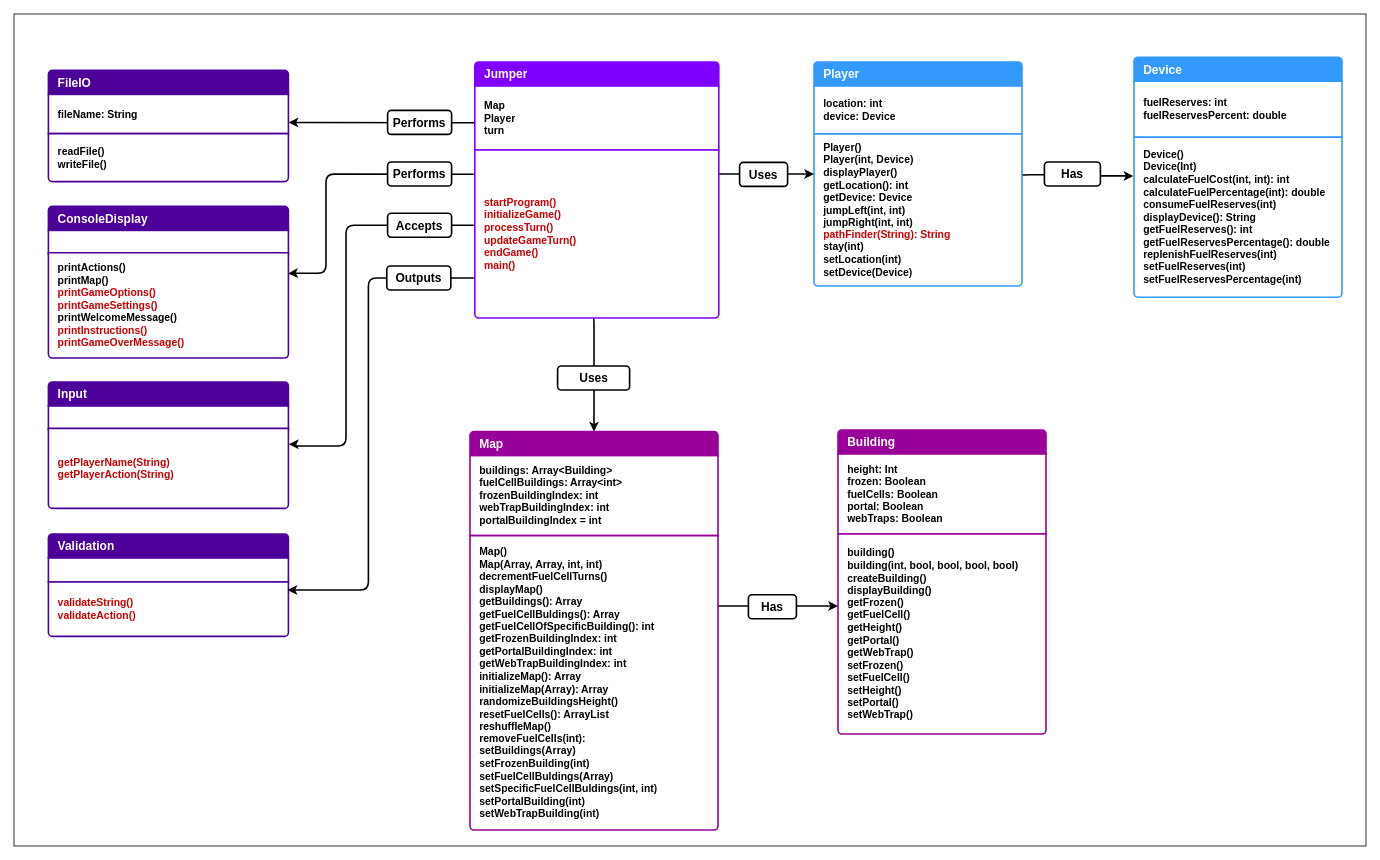
ByteToBits/CompScience keeps this draw.io diagram as Java Programming/Assignment Java Jumper/doc/ClassDiagram.drawio. Above is the earlier version. Source tidied: cells renumbered, new cells numbered last; positions are measured from the earlier drawing's top-left corner, leaving out a move shared by most shapes. Both pictures are drawn from the tidied source at 80%, with x=0, y=0 at pixel (14, 14).
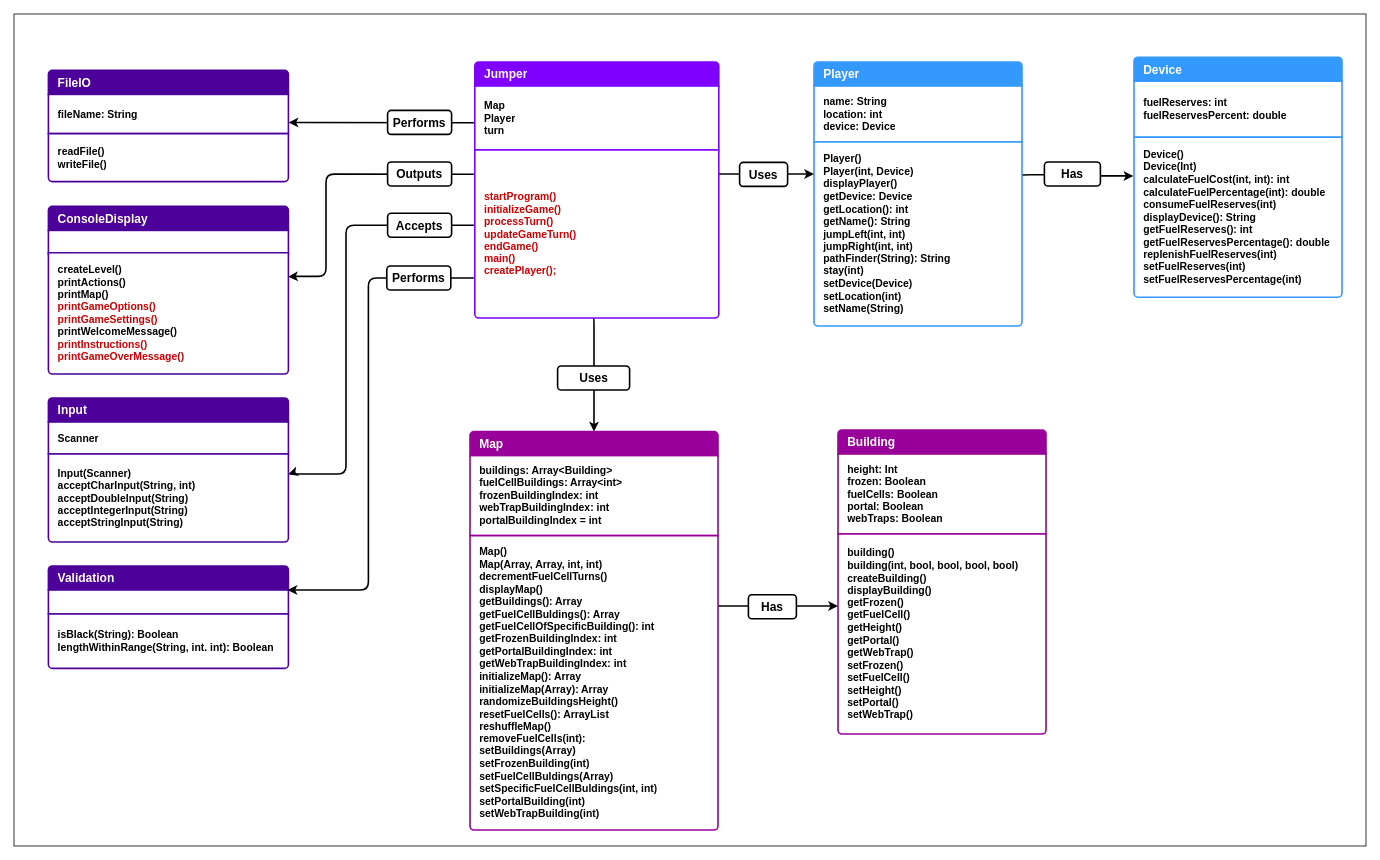
After the change.

Diff of the diagram source:
```diff
@@
     <mxCell id="8" value="Validation" style="text;strokeColor=#4C0099;fillColor=#4C0099;align=left;verticalAlign=middle;spacingLeft=10;spacingRight=10;overflow=hidden;whiteSpace=wrap;html=1;shape=mxgraph.bootstrap.topButton;rSize=5;fontColor=#ffffff;labelBackgroundColor=none;fontSize=15;fontStyle=1;fontFamily=Helvetica;strokeWidth=2;labelPadding=0;labelBorderColor=none;shadow=0;perimeterSpacing=0;swimlaneLine=0;" parent="1" vertex="1">
-      <mxGeometry x="43" y="650" width="300" height="30" as="geometry" />
+      <mxGeometry x="43" y="690" width="300" height="30" as="geometry" />
     </mxCell>
     <mxCell id="9" style="text;strokeColor=#4C0099;fillColor=#FFFFFF;align=left;verticalAlign=middle;spacingLeft=10;spacingRight=10;overflow=hidden;whiteSpace=wrap;html=1;rSize=5;fontColor=#000000;strokeWidth=2;labelPadding=0;labelBorderColor=none;fontSize=13;fontStyle=1;shadow=0;perimeterSpacing=0;swimlaneLine=0;" parent="1" vertex="1">
-      <mxGeometry x="43" y="680" width="300" height="30" as="geometry" />
+      <mxGeometry x="43" y="720" width="300" height="30" as="geometry" />
     </mxCell>
-    <mxCell id="10" value="&lt;font color=&quot;#cc0000&quot;&gt;validateString()&lt;/font&gt;&lt;div&gt;&lt;font color=&quot;#cc0000&quot;&gt;validateAction()&lt;/font&gt;&lt;/div&gt;" style="text;strokeColor=#4C0099;fillColor=#FFFFFF;align=left;verticalAlign=middle;spacingLeft=10;spacingRight=10;overflow=hidden;whiteSpace=wrap;html=1;shape=mxgraph.bootstrap.bottomButton;rSize=5;fontColor=#000000;strokeWidth=2;labelPadding=0;labelBorderColor=none;fontSize=13;fontStyle=1;shadow=0;perimeterSpacing=0;swimlaneLine=0;" parent="1" vertex="1">
-      <mxGeometry x="43" y="710" width="300" height="68" as="geometry" />
+    <mxCell id="10" value="isBlack(String): Boolean&lt;br&gt;&lt;div&gt;lengthWithinRange(String, int. int): Boolean&lt;/div&gt;" style="text;strokeColor=#4C0099;fillColor=#FFFFFF;align=left;verticalAlign=middle;spacingLeft=10;spacingRight=10;overflow=hidden;whiteSpace=wrap;html=1;shape=mxgraph.bootstrap.bottomButton;rSize=5;fontColor=#000000;strokeWidth=2;labelPadding=0;labelBorderColor=none;fontSize=13;fontStyle=1;shadow=0;perimeterSpacing=0;swimlaneLine=0;" parent="1" vertex="1">
+      <mxGeometry x="43" y="750" width="300" height="68" as="geometry" />
     </mxCell>
     <mxCell id="11" value="Input" style="text;strokeColor=#4C0099;fillColor=#4C0099;align=left;verticalAlign=middle;spacingLeft=10;spacingRight=10;overflow=hidden;whiteSpace=wrap;html=1;shape=mxgraph.bootstrap.topButton;rSize=5;fontColor=#ffffff;labelBackgroundColor=none;fontSize=15;fontStyle=1;fontFamily=Helvetica;strokeWidth=2;labelPadding=0;labelBorderColor=none;shadow=0;perimeterSpacing=0;swimlaneLine=0;" parent="1" vertex="1">
-      <mxGeometry x="43" y="460" width="300" height="30" as="geometry" />
+      <mxGeometry x="43" y="480" width="300" height="30" as="geometry" />
     </mxCell>
-    <mxCell id="12" style="text;strokeColor=#4C0099;fillColor=#FFFFFF;align=left;verticalAlign=middle;spacingLeft=10;spacingRight=10;overflow=hidden;whiteSpace=wrap;html=1;rSize=5;fontColor=#000000;strokeWidth=2;labelPadding=0;labelBorderColor=none;fontSize=13;fontStyle=1;shadow=0;perimeterSpacing=0;swimlaneLine=0;" parent="1" vertex="1">
-      <mxGeometry x="43" y="490" width="300" height="30" as="geometry" />
+    <mxCell id="12" value="Scanner" style="text;strokeColor=#4C0099;fillColor=#FFFFFF;align=left;verticalAlign=middle;spacingLeft=10;spacingRight=10;overflow=hidden;whiteSpace=wrap;html=1;rSize=5;fontColor=#000000;strokeWidth=2;labelPadding=0;labelBorderColor=none;fontSize=13;fontStyle=1;shadow=0;perimeterSpacing=0;swimlaneLine=0;" parent="1" vertex="1">
+      <mxGeometry x="43" y="510" width="300" height="40" as="geometry" />
     </mxCell>
-    <mxCell id="13" value="&lt;font color=&quot;#cc0000&quot;&gt;getPlayerName(String)&lt;/font&gt;&lt;div&gt;&lt;font color=&quot;#cc0000&quot;&gt;getPlayerAction(String)&lt;/font&gt;&lt;/div&gt;" style="text;strokeColor=#4C0099;fillColor=#FFFFFF;align=left;verticalAlign=middle;spacingLeft=10;spacingRight=10;overflow=hidden;points=[[0,0.5],[1,0.5]];portConstraint=eastwest;whiteSpace=wrap;html=1;shape=mxgraph.bootstrap.bottomButton;rSize=5;fontColor=#000000;strokeWidth=2;labelPadding=0;labelBorderColor=none;fontSize=13;fontStyle=1;shadow=0;perimeterSpacing=0;swimlaneLine=0;" parent="1" vertex="1">
-      <mxGeometry x="43" y="518" width="300" height="100" as="geometry" />
+    <mxCell id="13" value="Input(Scanner)&lt;div&gt;acceptCharInput(String, int)&lt;/div&gt;&lt;div&gt;acceptDoubleInput(String)&lt;/div&gt;&lt;div&gt;acceptIntegerInput(String)&lt;/div&gt;&lt;div&gt;acceptStringInput(String)&lt;/div&gt;" style="text;strokeColor=#4C0099;fillColor=#FFFFFF;align=left;verticalAlign=middle;spacingLeft=10;spacingRight=10;overflow=hidden;points=[[0,0.5],[1,0.5]];portConstraint=eastwest;whiteSpace=wrap;html=1;shape=mxgraph.bootstrap.bottomButton;rSize=5;fontColor=#000000;strokeWidth=2;labelPadding=0;labelBorderColor=none;fontSize=13;fontStyle=1;shadow=0;perimeterSpacing=0;swimlaneLine=0;" parent="1" vertex="1">
+      <mxGeometry x="43" y="550" width="300" height="110" as="geometry" />
     </mxCell>
-    <mxCell id="14" style="edgeStyle=orthogonalEdgeStyle;rounded=1;jettySize=auto;html=1;curved=0;strokeWidth=2;entryX=1.002;entryY=0.199;entryDx=0;entryDy=0;entryPerimeter=0;exitX=-0.004;exitY=0.448;exitDx=0;exitDy=0;exitPerimeter=0;" parent="1" edge="1" source="47" target="13">
+    <mxCell id="14" style="edgeStyle=orthogonalEdgeStyle;rounded=1;jettySize=auto;html=1;curved=0;strokeWidth=2;entryX=0.999;entryY=0.231;entryDx=0;entryDy=0;entryPerimeter=0;exitX=-0.004;exitY=0.448;exitDx=0;exitDy=0;exitPerimeter=0;" parent="1" edge="1" source="47" target="13">
       <mxGeometry relative="1" as="geometry">
         <Array as="points">
           <mxPoint x="415" y="264" />
-          <mxPoint x="415" y="540" />
-          <mxPoint x="350" y="540" />
-          <mxPoint x="350" y="538" />
+          <mxPoint x="415" y="575" />
+          <mxPoint x="344" y="575" />
         </Array>
       </mxGeometry>
     </mxCell>
     <mxCell id="15" style="edgeStyle=orthogonalEdgeStyle;rounded=1;jettySize=auto;html=1;curved=0;strokeWidth=2;entryX=0.999;entryY=0.197;entryDx=0;entryDy=0;exitX=-0.004;exitY=0.144;exitDx=0;exitDy=0;exitPerimeter=0;entryPerimeter=0;" parent="1" edge="1" source="47" target="36">
       <mxGeometry relative="1" as="geometry">
         <Array as="points">
           <mxPoint x="390" y="200" />
-          <mxPoint x="390" y="324" />
-          <mxPoint x="350" y="324" />
+          <mxPoint x="390" y="328" />
+          <mxPoint x="350" y="328" />
         </Array>
       </mxGeometry>
     </mxCell>
-    <mxCell id="16" value="Performs" style="text;strokeColor=default;fillColor=default;align=center;verticalAlign=middle;whiteSpace=wrap;rounded=1;fontSize=15;strokeWidth=2;fontStyle=1;labelBackgroundColor=default;gradientColor=none;imageHeight=22;" parent="1" vertex="1">
+    <mxCell id="16" value="Outputs" style="text;strokeColor=default;fillColor=default;align=center;verticalAlign=middle;whiteSpace=wrap;rounded=1;fontSize=15;strokeWidth=2;fontStyle=1;labelBackgroundColor=default;gradientColor=none;imageHeight=22;" parent="1" vertex="1">
       <mxGeometry x="467" y="185" width="80" height="30" as="geometry" />
     </mxCell>
@@
     <mxCell id="25" style="swimlane;fontStyle=1;horizontal=1;startSize=0;whiteSpace=wrap;html=1;strokeColor=none;fillColor=none;strokeWidth=2;labelPadding=0;labelBorderColor=none;fontSize=13;shadow=0;perimeterSpacing=0;swimlaneLine=0;" parent="1" vertex="1">
-      <mxGeometry x="1000" y="60" width="260" height="280" as="geometry" />
+      <mxGeometry x="1000" y="60" width="260" height="330" as="geometry" />
     </mxCell>
@@
-    <mxCell id="27" value="&lt;div&gt;location: int&lt;/div&gt;&lt;div&gt;device: Device&lt;/div&gt;" style="text;strokeColor=#3399ff;fillColor=#FFFFFF;align=left;verticalAlign=middle;spacingLeft=10;spacingRight=10;overflow=hidden;whiteSpace=wrap;html=1;rSize=5;fontColor=#000000;strokeWidth=2;labelPadding=0;labelBorderColor=none;fontSize=13;fontStyle=1;shadow=0;perimeterSpacing=0;swimlaneLine=0;" parent="25" vertex="1">
-      <mxGeometry y="30" width="260" height="60" as="geometry" />
+    <mxCell id="27" value="&lt;div&gt;name: String&lt;/div&gt;&lt;div&gt;location: int&lt;/div&gt;&lt;div&gt;device: Device&lt;/div&gt;" style="text;strokeColor=#3399ff;fillColor=#FFFFFF;align=left;verticalAlign=middle;spacingLeft=10;spacingRight=10;overflow=hidden;whiteSpace=wrap;html=1;rSize=5;fontColor=#000000;strokeWidth=2;labelPadding=0;labelBorderColor=none;fontSize=13;fontStyle=1;shadow=0;perimeterSpacing=0;swimlaneLine=0;" parent="25" vertex="1">
+      <mxGeometry y="30" width="260" height="70" as="geometry" />
     </mxCell>
-    <mxCell id="28" value="&lt;div&gt;Player()&lt;/div&gt;&lt;div&gt;Player(int, Device)&lt;/div&gt;&lt;div&gt;displayPlayer()&lt;/div&gt;&lt;div&gt;getLocation(): int&lt;/div&gt;&lt;div&gt;getDevice: Device&lt;/div&gt;&lt;div&gt;jumpLeft(int, int)&lt;/div&gt;&lt;div&gt;jumpRight(int, int)&lt;/div&gt;&lt;div&gt;&lt;font color=&quot;#cc0000&quot;&gt;pathFinder(String): String&lt;/font&gt;&lt;/div&gt;&lt;div&gt;stay(int)&lt;/div&gt;&lt;div&gt;setLocation(int)&lt;/div&gt;&lt;div&gt;setDevice(Device)&lt;/div&gt;" style="text;strokeColor=#3399ff;fillColor=#FFFFFF;align=left;verticalAlign=middle;spacingLeft=10;spacingRight=10;overflow=hidden;whiteSpace=wrap;html=1;shape=mxgraph.bootstrap.bottomButton;rSize=5;fontColor=#000000;strokeWidth=2;labelPadding=0;labelBorderColor=none;fontSize=13;fontStyle=1;shadow=0;perimeterSpacing=0;swimlaneLine=0;" parent="25" vertex="1">
-      <mxGeometry y="90" width="260" height="190" as="geometry" />
+    <mxCell id="28" value="&lt;div&gt;Player()&lt;/div&gt;&lt;div&gt;Player(int, Device)&lt;/div&gt;&lt;div&gt;displayPlayer()&lt;/div&gt;&lt;div&gt;getDevice: Device&lt;br&gt;&lt;/div&gt;&lt;div&gt;getLocation(): int&lt;/div&gt;&lt;div&gt;getName(): String&lt;/div&gt;&lt;div&gt;jumpLeft(int, int)&lt;/div&gt;&lt;div&gt;jumpRight(int, int)&lt;/div&gt;&lt;div&gt;pathFinder(String): String&lt;/div&gt;&lt;div&gt;stay(int)&lt;/div&gt;&lt;div&gt;setDevice(Device)&lt;br&gt;&lt;/div&gt;&lt;div&gt;setLocation(int)&lt;/div&gt;&lt;div&gt;setName(String)&lt;/div&gt;" style="text;strokeColor=#3399ff;fillColor=#FFFFFF;align=left;verticalAlign=middle;spacingLeft=10;spacingRight=10;overflow=hidden;whiteSpace=wrap;html=1;shape=mxgraph.bootstrap.bottomButton;rSize=5;fontColor=#000000;strokeWidth=2;labelPadding=0;labelBorderColor=none;fontSize=13;fontStyle=1;shadow=0;perimeterSpacing=0;swimlaneLine=0;" parent="25" vertex="1">
+      <mxGeometry y="100" width="260" height="230" as="geometry" />
     </mxCell>
@@
-    <mxCell id="36" value="&lt;div&gt;printActions()&lt;/div&gt;printMap()&lt;div&gt;&lt;font color=&quot;#cc0000&quot;&gt;printGameOptions()&lt;/font&gt;&lt;/div&gt;&lt;div&gt;&lt;font color=&quot;#cc0000&quot;&gt;printGameSettings()&lt;/font&gt;&lt;br&gt;&lt;div&gt;printWelcomeMessage()&lt;br&gt;&lt;div&gt;&lt;font color=&quot;#cc0000&quot;&gt;printInstructions()&lt;/font&gt;&lt;/div&gt;&lt;div&gt;&lt;font color=&quot;#cc0000&quot;&gt;printGameOverMessage()&lt;/font&gt;&lt;/div&gt;&lt;/div&gt;&lt;/div&gt;" style="text;strokeColor=#4C0099;fillColor=#FFFFFF;align=left;verticalAlign=middle;spacingLeft=10;spacingRight=10;overflow=hidden;points=[[0,0.5],[1,0.5]];portConstraint=eastwest;whiteSpace=wrap;html=1;shape=mxgraph.bootstrap.bottomButton;rSize=5;fontColor=#000000;strokeWidth=2;labelPadding=0;labelBorderColor=none;fontSize=13;fontStyle=1;shadow=0;perimeterSpacing=0;swimlaneLine=0;" parent="1" vertex="1">
-      <mxGeometry x="43" y="298.5" width="300" height="131.5" as="geometry" />
+    <mxCell id="36" value="&lt;div&gt;createLevel()&lt;/div&gt;&lt;div&gt;printActions()&lt;/div&gt;printMap()&lt;div&gt;&lt;font color=&quot;#cc0000&quot;&gt;printGameOptions()&lt;/font&gt;&lt;/div&gt;&lt;div&gt;&lt;font color=&quot;#cc0000&quot;&gt;printGameSettings()&lt;/font&gt;&lt;br&gt;&lt;div&gt;printWelcomeMessage()&lt;br&gt;&lt;div&gt;&lt;font color=&quot;#cc0000&quot;&gt;printInstructions()&lt;/font&gt;&lt;/div&gt;&lt;div&gt;&lt;font color=&quot;#cc0000&quot;&gt;printGameOverMessage()&lt;/font&gt;&lt;/div&gt;&lt;/div&gt;&lt;/div&gt;" style="text;strokeColor=#4C0099;fillColor=#FFFFFF;align=left;verticalAlign=middle;spacingLeft=10;spacingRight=10;overflow=hidden;points=[[0,0.5],[1,0.5]];portConstraint=eastwest;whiteSpace=wrap;html=1;shape=mxgraph.bootstrap.bottomButton;rSize=5;fontColor=#000000;strokeWidth=2;labelPadding=0;labelBorderColor=none;fontSize=13;fontStyle=1;shadow=0;perimeterSpacing=0;swimlaneLine=0;" parent="1" vertex="1">
+      <mxGeometry x="43" y="298.5" width="300" height="151.5" as="geometry" />
     </mxCell>
@@
-    <mxCell id="38" value="Outputs" style="text;strokeColor=default;fillColor=default;align=center;verticalAlign=middle;whiteSpace=wrap;rounded=1;fontSize=15;strokeWidth=2;fontStyle=1;labelBackgroundColor=default;gradientColor=none;imageHeight=22;" parent="1" vertex="1">
+    <mxCell id="38" value="Performs" style="text;strokeColor=default;fillColor=default;align=center;verticalAlign=middle;whiteSpace=wrap;rounded=1;fontSize=15;strokeWidth=2;fontStyle=1;labelBackgroundColor=default;gradientColor=none;imageHeight=22;" parent="1" vertex="1">
       <mxGeometry x="466" y="315" width="80" height="30" as="geometry" />
     </mxCell>
@@
-    <mxCell id="47" value="&lt;font color=&quot;#cc0000&quot;&gt;startProgram()&lt;/font&gt;&lt;div&gt;&lt;font color=&quot;#cc0000&quot;&gt;initializeGame()&lt;/font&gt;&lt;/div&gt;&lt;div&gt;&lt;font color=&quot;#cc0000&quot;&gt;processTurn()&lt;/font&gt;&lt;/div&gt;&lt;div&gt;&lt;font color=&quot;#cc0000&quot;&gt;updateGameTurn()&lt;/font&gt;&lt;/div&gt;&lt;div&gt;&lt;font color=&quot;#cc0000&quot;&gt;endGame()&lt;/font&gt;&lt;/div&gt;&lt;div&gt;&lt;font color=&quot;#cc0000&quot;&gt;main()&lt;/font&gt;&lt;/div&gt;" style="text;strokeColor=#7F00FF;fillColor=#FFFFFF;align=left;verticalAlign=middle;spacingLeft=10;spacingRight=10;overflow=hidden;points=[[0,0.5],[1,0.5]];portConstraint=eastwest;whiteSpace=wrap;html=1;shape=mxgraph.bootstrap.bottomButton;rSize=5;fontColor=#000000;strokeWidth=2;labelPadding=0;labelBorderColor=none;fontSize=13;fontStyle=1;shadow=0;perimeterSpacing=0;swimlaneLine=0;" parent="1" vertex="1">
+    <mxCell id="47" value="&lt;font color=&quot;#cc0000&quot;&gt;startProgram()&lt;/font&gt;&lt;div&gt;&lt;font color=&quot;#cc0000&quot;&gt;initializeGame()&lt;/font&gt;&lt;/div&gt;&lt;div&gt;&lt;font color=&quot;#cc0000&quot;&gt;processTurn()&lt;/font&gt;&lt;/div&gt;&lt;div&gt;&lt;font color=&quot;#cc0000&quot;&gt;updateGameTurn()&lt;/font&gt;&lt;/div&gt;&lt;div&gt;&lt;font color=&quot;#cc0000&quot;&gt;endGame()&lt;/font&gt;&lt;/div&gt;&lt;div&gt;&lt;font color=&quot;#cc0000&quot;&gt;main()&lt;/font&gt;&lt;/div&gt;&lt;div&gt;&lt;font color=&quot;#cc0000&quot;&gt;createPlayer();&amp;nbsp;&lt;/font&gt;&lt;/div&gt;" style="text;strokeColor=#7F00FF;fillColor=#FFFFFF;align=left;verticalAlign=middle;spacingLeft=10;spacingRight=10;overflow=hidden;points=[[0,0.5],[1,0.5]];portConstraint=eastwest;whiteSpace=wrap;html=1;shape=mxgraph.bootstrap.bottomButton;rSize=5;fontColor=#000000;strokeWidth=2;labelPadding=0;labelBorderColor=none;fontSize=13;fontStyle=1;shadow=0;perimeterSpacing=0;swimlaneLine=0;" parent="1" vertex="1">
       <mxGeometry x="576" y="170" width="305" height="210" as="geometry" />
     </mxCell>
```
